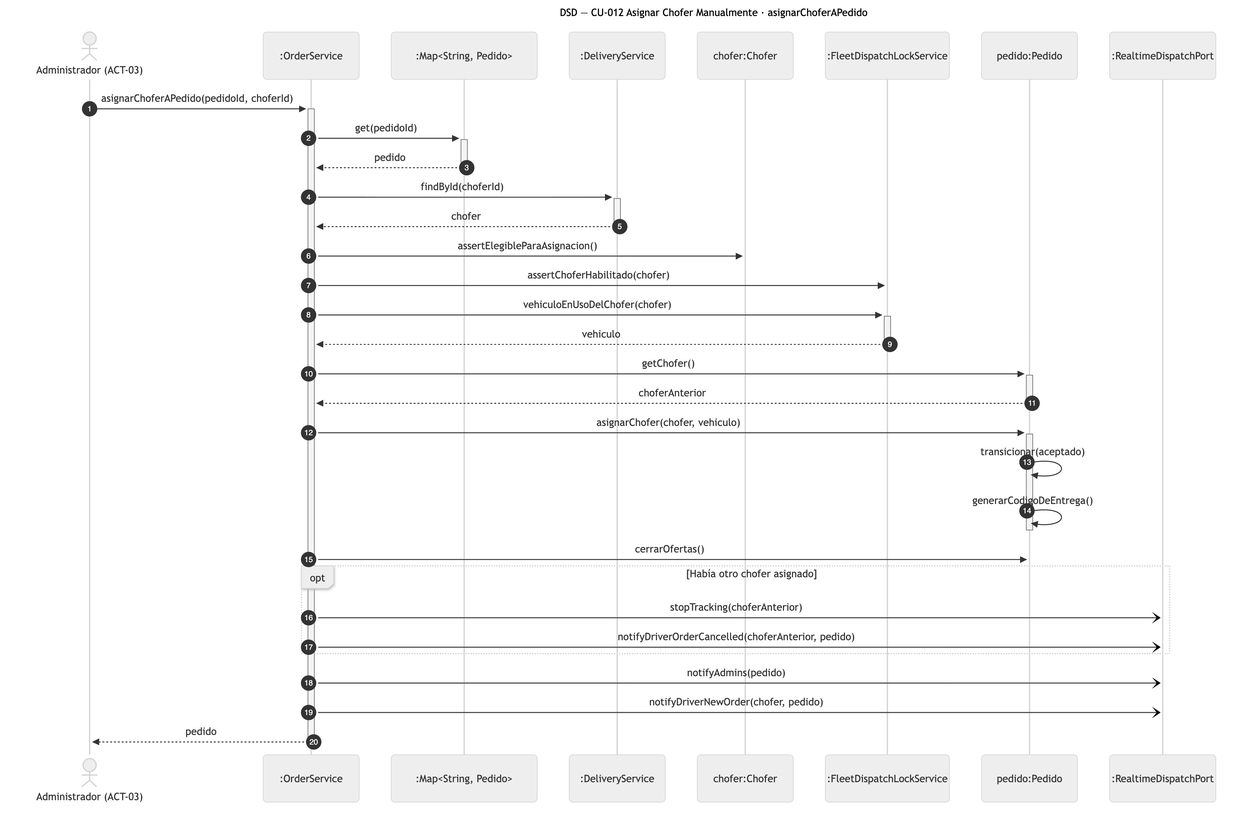
Nahuelito-Dev/splg-docs keeps this Mermaid diagram as diagramas/png/DSD_CU-012_asignarChoferAPedido.png. Above is the earlier version. Its source is kept beside it as diagramas/DSD_CU-012_asignarChoferAPedido.mmd. The source it was exported from:
```mermaid
sequenceDiagram
    title DSD — CU-012 Asignar Chofer Manualmente · asignarChoferAPedido
    autonumber
    actor ADM as Administrador (ACT-03)
    participant SRV as :OrderService
    participant PEDS as :Map#lt;String, Pedido#gt;
    participant DEL as :DeliveryService
    participant CHO as chofer:Chofer
    participant FLK as :FleetDispatchLockService
    participant PED as pedido:Pedido
    participant RT as :RealtimeDispatchPort

    ADM->>+SRV: asignarChoferAPedido(pedidoId, choferId)
    SRV->>+PEDS: get(pedidoId)
    PEDS-->>-SRV: pedido
    SRV->>+DEL: findById(choferId)
    DEL-->>-SRV: chofer
    SRV->>CHO: assertElegibleParaAsignacion()
    SRV->>FLK: assertChoferHabilitado(chofer)
    SRV->>+FLK: vehiculoEnUsoDelChofer(chofer)
    FLK-->>-SRV: vehiculo
    SRV->>+PED: getChofer()
    PED-->>-SRV: choferAnterior
    SRV->>+PED: asignarChofer(chofer, vehiculo)
    PED->>PED: transicionar(aceptado)
    PED->>PED: generarCodigoDeEntrega()
    deactivate PED
    SRV->>PED: cerrarOfertas()
    opt Había otro chofer asignado
        SRV-)RT: stopTracking(choferAnterior)
        SRV-)RT: notifyDriverOrderCancelled(choferAnterior, pedido)
    end
    SRV-)RT: notifyAdmins(pedido)
    SRV-)RT: notifyDriverNewOrder(chofer, pedido)
    SRV-->>-ADM: pedido
```
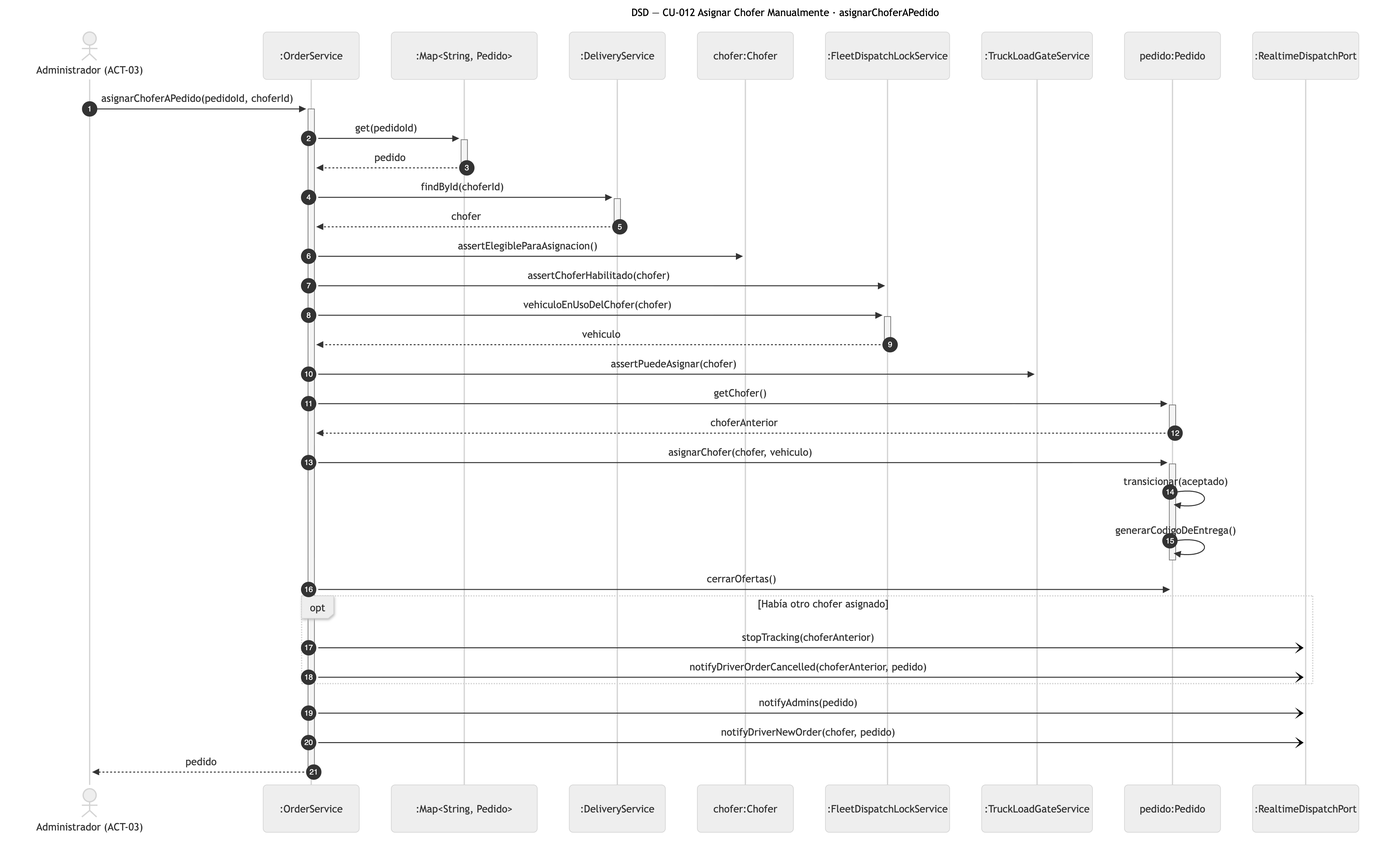
After the commit.

What changed in the source:
```diff
@@ -7,6 +7,7 @@
     participant DEL as :DeliveryService
     participant CHO as chofer:Chofer
     participant FLK as :FleetDispatchLockService
+    participant TLG as :TruckLoadGateService
     participant PED as pedido:Pedido
     participant RT as :RealtimeDispatchPort
 
@@ -19,6 +20,7 @@
     SRV->>FLK: assertChoferHabilitado(chofer)
     SRV->>+FLK: vehiculoEnUsoDelChofer(chofer)
     FLK-->>-SRV: vehiculo
+    SRV->>TLG: assertPuedeAsignar(chofer)
     SRV->>+PED: getChofer()
     PED-->>-SRV: choferAnterior
     SRV->>+PED: asignarChofer(chofer, vehiculo)
```
